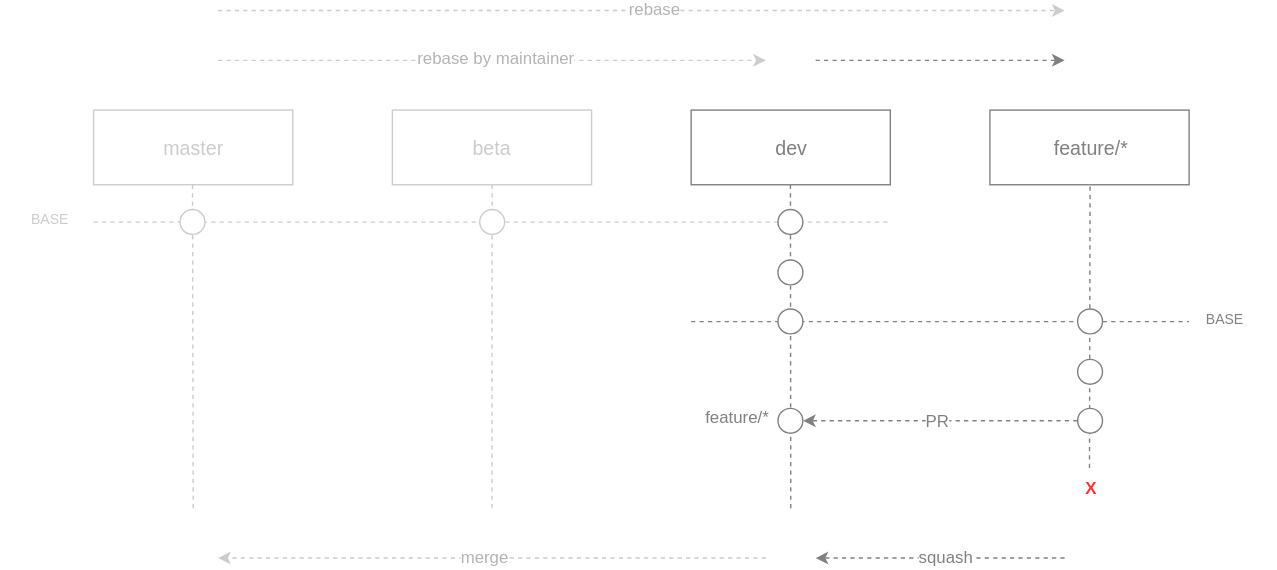
This is gitflow-v2.0.0.svg from ajile/draw-io, a draw.io export, as it was before one commit. Source tidied: cells renumbered, new cells last; positions are measured from the earlier drawing's top-left corner, leaving out a move shared by most shapes.
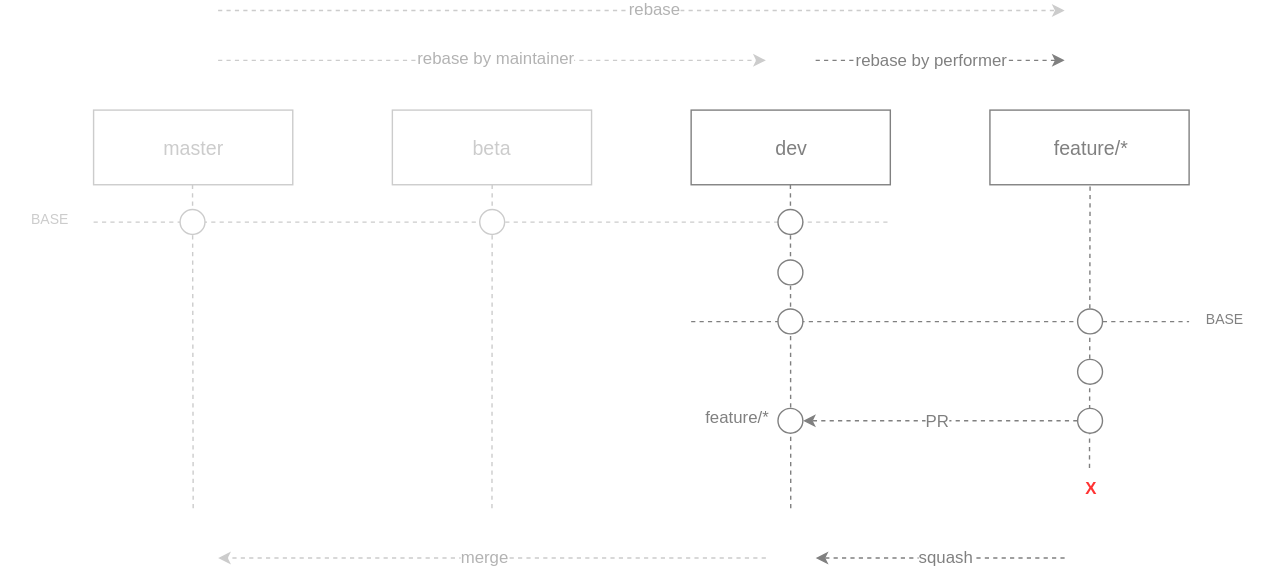
The same file after the commit.

Diff of the diagram source:
```diff
@@ -143,6 +143,11 @@
         <mxPoint x="759.8" y="35.5" as="targetPoint" />
       </mxGeometry>
     </mxCell>
+    <mxCell id="37" value="rebase by performer" style="text;html=1;align=center;verticalAlign=middle;labelBackgroundColor=#ffffff;fontSize=12;fontColor=#808080;" parent="35" vertex="1">
+      <mxGeometry x="-0.08" relative="1" as="geometry">
+        <mxPoint y="-1" as="offset" />
+      </mxGeometry>
+    </mxCell>
     <mxCell id="36" value="X" style="text;html=1;strokeColor=none;fillColor=none;align=center;verticalAlign=middle;whiteSpace=wrap;labelBackgroundColor=#ffffff;fontSize=12;fontColor=#FF3333;fontStyle=1;" parent="2" vertex="1">
       <mxGeometry x="752.4" y="327.9" width="50.4" height="25.2" as="geometry" />
     </mxCell>
```
